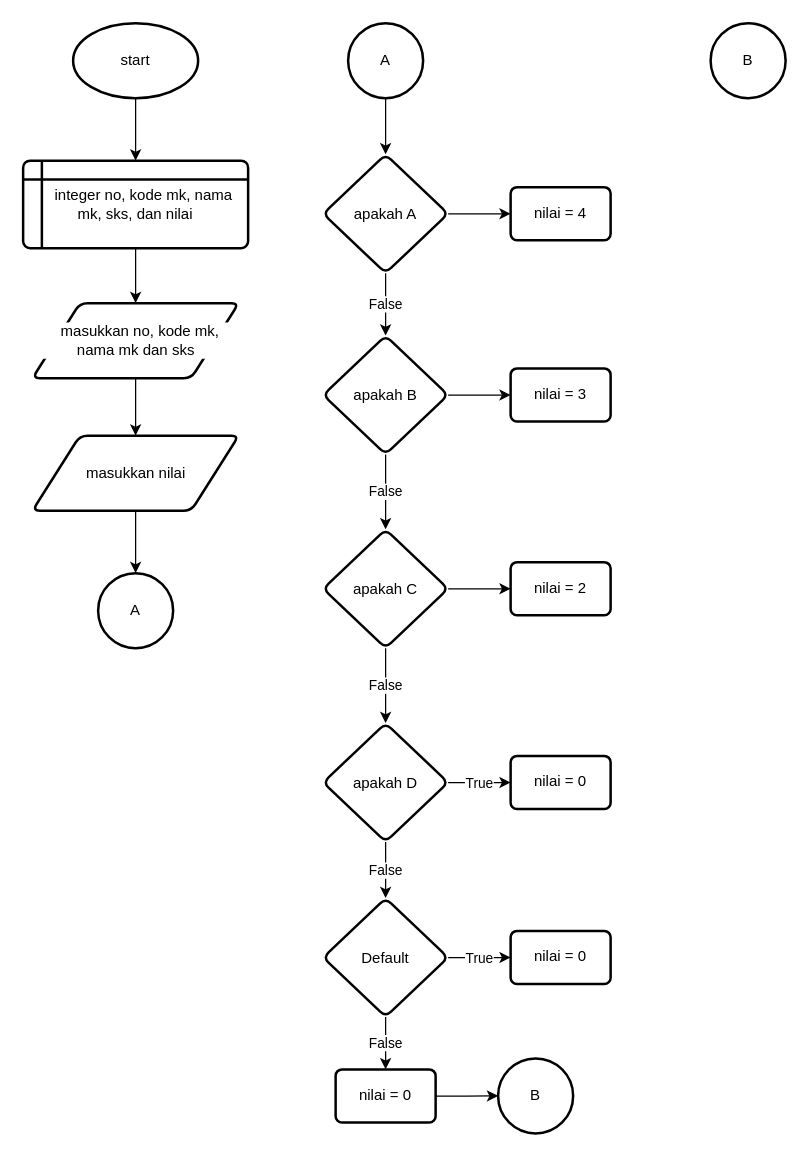
Above: page "UAS sem 1" (15 of 15) of ifMajemuk.drawio in rizalfadhlan/rizalfadhlan (draw.io), before the change. Source tidied: cells renumbered, new cells numbered last; positions are measured from the earlier drawing's top-left corner, leaving out a move shared by most shapes. Both pictures are drawn from the tidied source at 125%, with x=0, y=0 at pixel (22, 22).
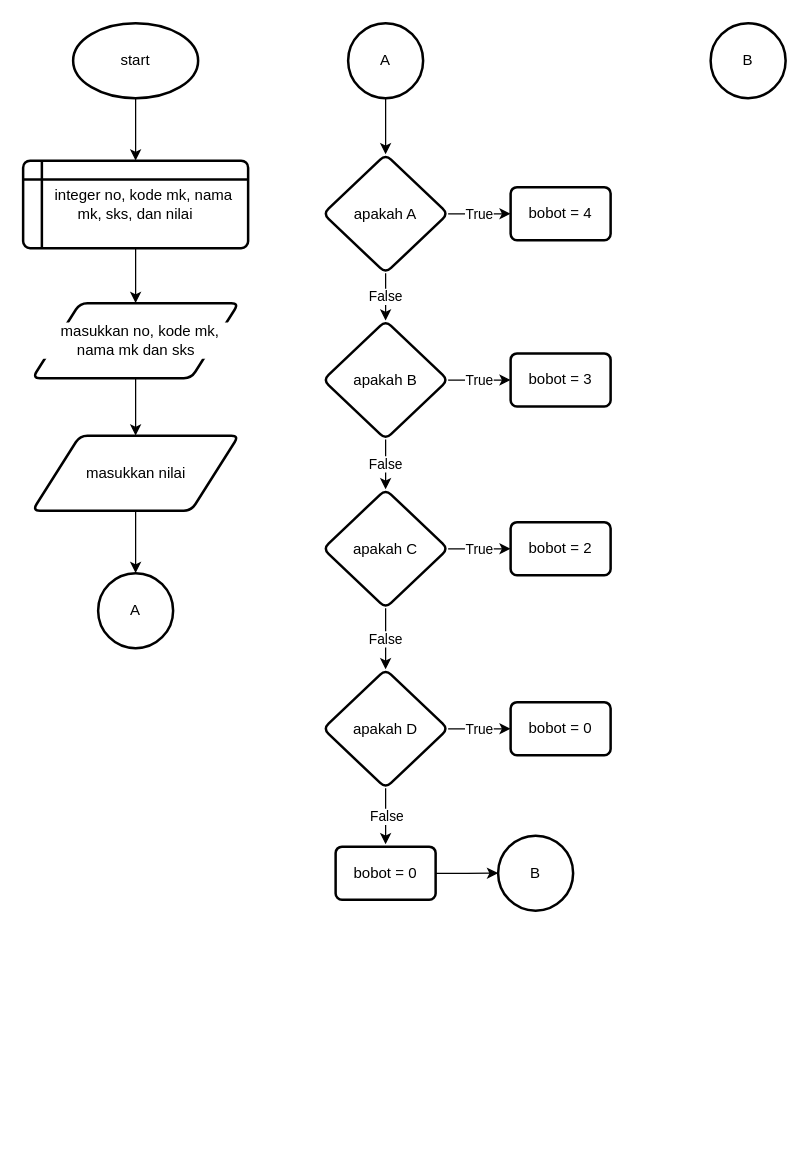
Above is the later version.

The change refers to these unchanged cells:
```xml
<mxCell id="15" value="apakah A" style="rhombus;whiteSpace=wrap;html=1;strokeWidth=2;rounded=1;arcSize=12;labelBackgroundColor=default;" parent="1" vertex="1">
  <mxGeometry x="240" y="105" width="100" height="95" as="geometry" />
</mxCell>
```

What changed in the source:
```diff
@@
-    <mxCell id="14" style="edgeStyle=orthogonalEdgeStyle;rounded=0;jettySize=auto;html=1;" parent="1" edge="1" source="15" target="22">
+    <mxCell id="14" value="True" style="edgeStyle=orthogonalEdgeStyle;rounded=0;jettySize=auto;html=1;" parent="1" edge="1" source="15" target="22">
       <mxGeometry relative="1" as="geometry" />
     </mxCell>
@@
-    <mxCell id="17" style="edgeStyle=orthogonalEdgeStyle;rounded=0;jettySize=auto;html=1;" parent="1" edge="1" source="18" target="23">
+    <mxCell id="17" value="True" style="edgeStyle=orthogonalEdgeStyle;rounded=0;jettySize=auto;html=1;" parent="1" edge="1" source="18" target="23">
       <mxGeometry relative="1" as="geometry" />
     </mxCell>
     <mxCell id="18" value="apakah B" style="rhombus;whiteSpace=wrap;html=1;strokeWidth=2;rounded=1;arcSize=12;labelBackgroundColor=default;" parent="1" vertex="1">
-      <mxGeometry x="240" y="250" width="100" height="95" as="geometry" />
+      <mxGeometry x="240" y="238" width="100" height="95" as="geometry" />
     </mxCell>
-    <mxCell id="19" style="edgeStyle=orthogonalEdgeStyle;rounded=0;jettySize=auto;html=1;" parent="1" edge="1" source="21" target="24">
+    <mxCell id="19" value="True" style="edgeStyle=orthogonalEdgeStyle;rounded=0;jettySize=auto;html=1;" parent="1" edge="1" source="21" target="24">
       <mxGeometry relative="1" as="geometry" />
     </mxCell>
@@
     <mxCell id="21" value="apakah C" style="rhombus;whiteSpace=wrap;html=1;strokeWidth=2;rounded=1;arcSize=12;labelBackgroundColor=default;" parent="1" vertex="1">
-      <mxGeometry x="240" y="405" width="100" height="95" as="geometry" />
+      <mxGeometry x="240" y="373" width="100" height="95" as="geometry" />
     </mxCell>
-    <mxCell id="22" value="nilai = 4" style="whiteSpace=wrap;html=1;strokeWidth=2;rounded=1;arcSize=12;labelBackgroundColor=default;" parent="1" vertex="1">
+    <mxCell id="22" value="bobot = 4" style="whiteSpace=wrap;html=1;strokeWidth=2;rounded=1;arcSize=12;labelBackgroundColor=default;" parent="1" vertex="1">
       <mxGeometry x="390" y="131.2" width="80" height="42.5" as="geometry" />
     </mxCell>
-    <mxCell id="23" value="nilai = 3" style="whiteSpace=wrap;html=1;strokeWidth=2;rounded=1;arcSize=12;labelBackgroundColor=default;" parent="1" vertex="1">
-      <mxGeometry x="390" y="276.2" width="80" height="42.5" as="geometry" />
+    <mxCell id="23" value="bobot = 3" style="whiteSpace=wrap;html=1;strokeWidth=2;rounded=1;arcSize=12;labelBackgroundColor=default;" parent="1" vertex="1">
+      <mxGeometry x="390" y="264.2" width="80" height="42.5" as="geometry" />
     </mxCell>
-    <mxCell id="24" value="nilai = 2" style="whiteSpace=wrap;html=1;strokeWidth=2;rounded=1;arcSize=12;labelBackgroundColor=default;" parent="1" vertex="1">
-      <mxGeometry x="390" y="431.2" width="80" height="42.5" as="geometry" />
+    <mxCell id="24" value="bobot&amp;nbsp;= 2" style="whiteSpace=wrap;html=1;strokeWidth=2;rounded=1;arcSize=12;labelBackgroundColor=default;" parent="1" vertex="1">
+      <mxGeometry x="390" y="399.2" width="80" height="42.5" as="geometry" />
     </mxCell>
@@
-    <mxCell id="26" value="False" style="edgeStyle=orthogonalEdgeStyle;rounded=0;jettySize=auto;html=1;" parent="1" edge="1" source="27" target="31">
-      <mxGeometry relative="1" as="geometry" />
+    <mxCell id="26" value="False" style="edgeStyle=orthogonalEdgeStyle;rounded=0;jettySize=auto;html=1;" parent="1" edge="1" source="27">
+      <mxGeometry relative="1" as="geometry">
+        <mxPoint x="290" y="657" as="targetPoint" />
+      </mxGeometry>
     </mxCell>
     <mxCell id="27" value="apakah D" style="rhombus;whiteSpace=wrap;html=1;strokeWidth=2;rounded=1;arcSize=12;labelBackgroundColor=default;" parent="1" vertex="1">
-      <mxGeometry x="240" y="560" width="100" height="95" as="geometry" />
+      <mxGeometry x="240" y="517" width="100" height="95" as="geometry" />
     </mxCell>
-    <mxCell id="28" value="nilai = 0" style="whiteSpace=wrap;html=1;strokeWidth=2;rounded=1;arcSize=12;labelBackgroundColor=default;" parent="1" vertex="1">
-      <mxGeometry x="390" y="586.2" width="80" height="42.5" as="geometry" />
+    <mxCell id="28" value="bobot&amp;nbsp;= 0" style="whiteSpace=wrap;html=1;strokeWidth=2;rounded=1;arcSize=12;labelBackgroundColor=default;" parent="1" vertex="1">
+      <mxGeometry x="390" y="543.2" width="80" height="42.5" as="geometry" />
     </mxCell>
-    <mxCell id="29" value="True" style="edgeStyle=orthogonalEdgeStyle;rounded=0;jettySize=auto;html=1;" parent="1" edge="1" source="31" target="32">
-      <mxGeometry relative="1" as="geometry" />
+    <mxCell id="29" value="True" style="edgeStyle=orthogonalEdgeStyle;rounded=0;orthogonalLoop=1;jettySize=auto;html=1;" parent="1" edge="1">
+      <mxGeometry relative="1" as="geometry">
+        <mxPoint x="340" y="704.5" as="sourcePoint" />
+      </mxGeometry>
     </mxCell>
-    <mxCell id="30" value="False" style="edgeStyle=orthogonalEdgeStyle;rounded=0;jettySize=auto;html=1;" parent="1" edge="1" source="31" target="34">
-      <mxGeometry relative="1" as="geometry" />
-    </mxCell>
-    <mxCell id="31" value="Default" style="rhombus;whiteSpace=wrap;html=1;strokeWidth=2;rounded=1;arcSize=12;labelBackgroundColor=default;" parent="1" vertex="1">
-      <mxGeometry x="240" y="700" width="100" height="95" as="geometry" />
-    </mxCell>
-    <mxCell id="32" value="nilai = 0" style="whiteSpace=wrap;html=1;strokeWidth=2;rounded=1;arcSize=12;labelBackgroundColor=default;" parent="1" vertex="1">
-      <mxGeometry x="390" y="726.2" width="80" height="42.5" as="geometry" />
-    </mxCell>
@@
-    <mxCell id="34" value="nilai = 0" style="whiteSpace=wrap;html=1;strokeWidth=2;rounded=1;arcSize=12;labelBackgroundColor=default;" parent="1" vertex="1">
-      <mxGeometry x="250" y="837" width="80" height="42.5" as="geometry" />
+    <mxCell id="34" value="bobot&amp;nbsp;= 0" style="whiteSpace=wrap;html=1;strokeWidth=2;rounded=1;arcSize=12;labelBackgroundColor=default;" parent="1" vertex="1">
+      <mxGeometry x="250" y="658.8" width="80" height="42.5" as="geometry" />
     </mxCell>
     <mxCell id="35" value="B" style="ellipse;whiteSpace=wrap;html=1;strokeWidth=2;rounded=1;arcSize=12;labelBackgroundColor=default;" parent="1" vertex="1">
-      <mxGeometry x="380" y="828.2" width="60" height="60" as="geometry" />
+      <mxGeometry x="380" y="650" width="60" height="60" as="geometry" />
     </mxCell>
```
